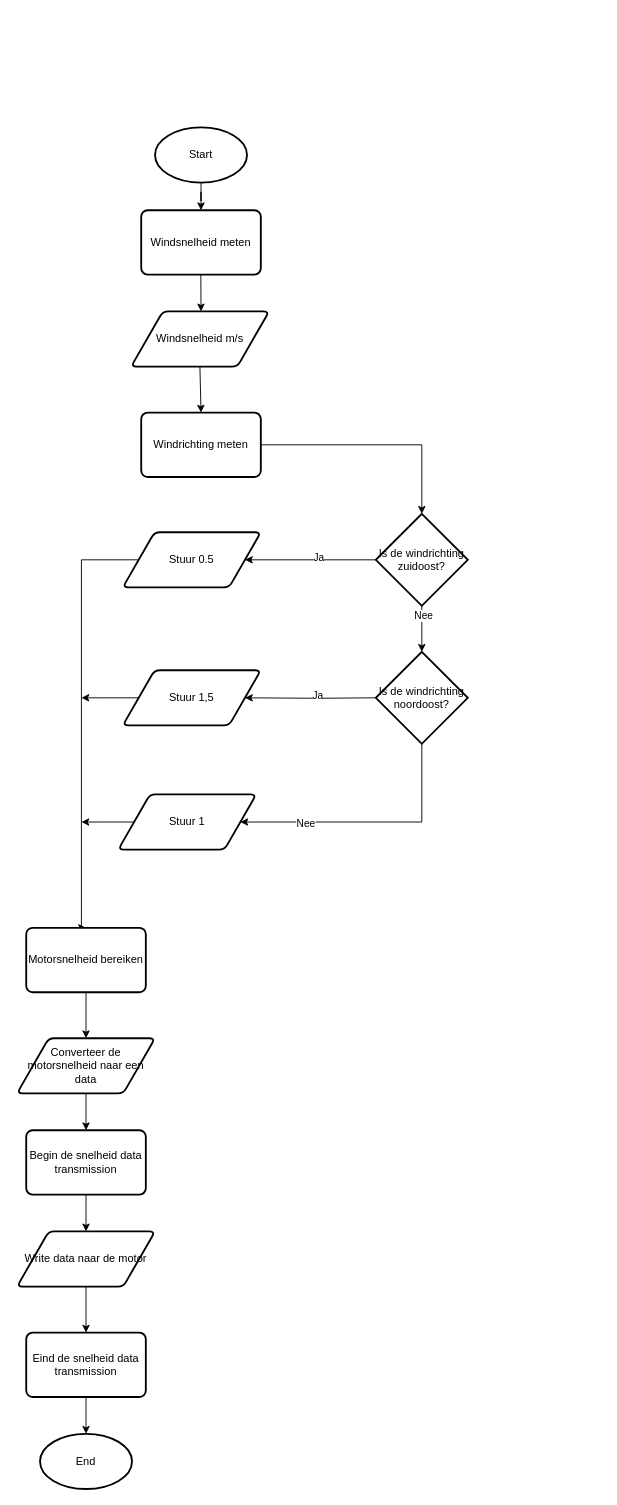
merelvdleeden/plastic_vanger keeps this draw.io diagram as documentatie/ontwerpen/WeerstationFlowchart.drawio. Above is the earlier version. Source tidied: cells renumbered, new cells numbered last; positions are measured from the earlier drawing's top-left corner, leaving out a move shared by most shapes. Both pictures are drawn from the tidied source at 92%, with x=0, y=0 at pixel (17, 127).
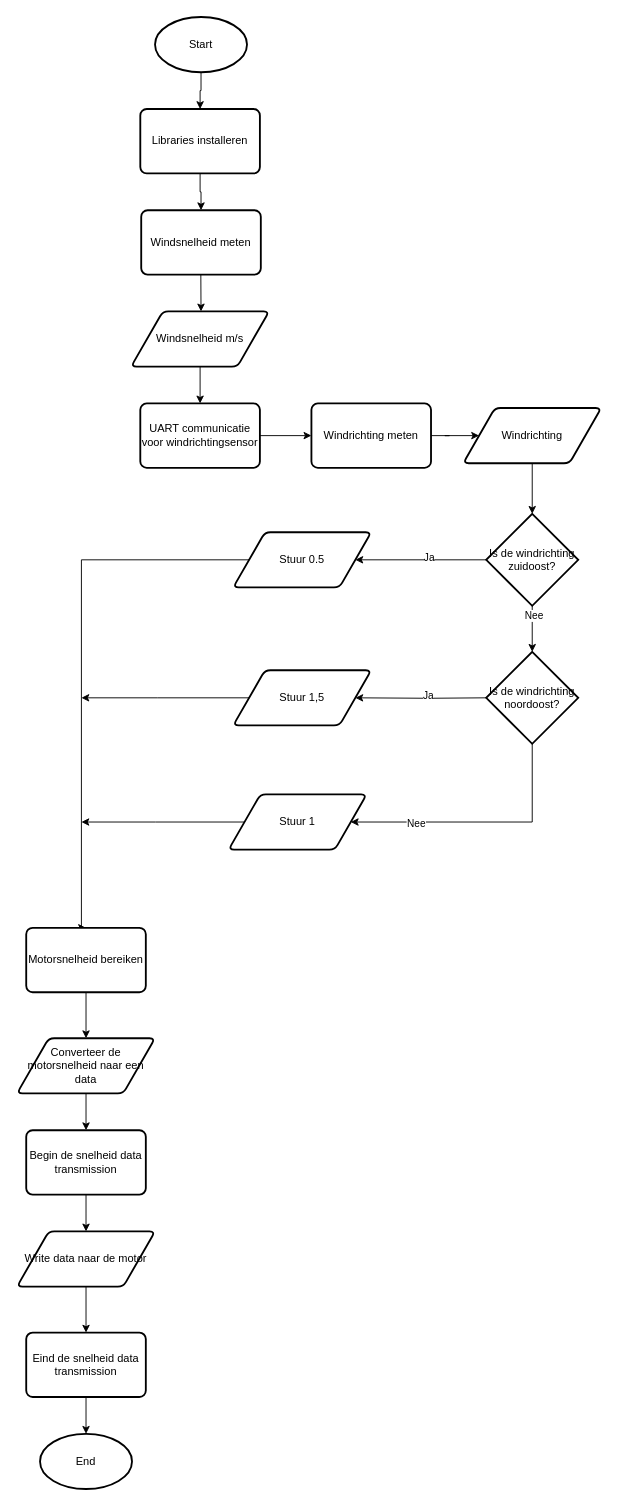
After the change.

Unchanged cells that the change refers to:
```xml
<mxCell id="5" value="Windsnelheid meten" style="rounded=1;whiteSpace=wrap;html=1;absoluteArcSize=1;arcSize=14;strokeWidth=2;" parent="1" vertex="1">
  <mxGeometry x="135" y="90" width="130" height="70" as="geometry" />
</mxCell>
<mxCell id="13" value="Windsnelheid m/s" style="shape=parallelogram;html=1;strokeWidth=2;perimeter=parallelogramPerimeter;whiteSpace=wrap;rounded=1;arcSize=12;size=0.23;" parent="1" vertex="1">
  <mxGeometry x="124" y="200" width="150" height="60" as="geometry" />
</mxCell>
```

What changed in the source:
```diff
@@
-    <mxCell id="2" style="edgeStyle=orthogonalEdgeStyle;rounded=0;jettySize=auto;html=1;entryX=0.5;entryY=0;entryDx=0;entryDy=0;" parent="1" edge="1" source="3" target="5">
-      <mxGeometry relative="1" as="geometry" />
-    </mxCell>
+    <mxCell id="37" style="edgeStyle=orthogonalEdgeStyle;rounded=0;jettySize=auto;html=1;entryX=0.5;entryY=0;entryDx=0;entryDy=0;" parent="1" edge="1" source="3" target="41">
+      <mxGeometry relative="1" as="geometry" />
+    </mxCell>
     <mxCell id="3" value="Start" style="strokeWidth=2;html=1;shape=mxgraph.flowchart.start_1;whiteSpace=wrap;" parent="1" vertex="1">
-      <mxGeometry x="150" width="100" height="60" as="geometry" />
+      <mxGeometry x="150" y="-120" width="100" height="60" as="geometry" />
     </mxCell>
@@
+    <mxCell id="38" style="edgeStyle=orthogonalEdgeStyle;rounded=0;jettySize=auto;html=1;" parent="1" edge="1" source="6" target="42">
+      <mxGeometry relative="1" as="geometry" />
+    </mxCell>
     <mxCell id="6" value="Windrichting meten" style="rounded=1;whiteSpace=wrap;html=1;absoluteArcSize=1;arcSize=14;strokeWidth=2;" parent="1" vertex="1">
-      <mxGeometry x="135" y="310" width="130" height="70" as="geometry" />
+      <mxGeometry x="320" y="300" width="130" height="70" as="geometry" />
     </mxCell>
@@
     <mxCell id="11" value="Is de windrichting zuidoost?" style="strokeWidth=2;html=1;shape=mxgraph.flowchart.decision;whiteSpace=wrap;" parent="1" vertex="1">
-      <mxGeometry x="390" y="420" width="100" height="100" as="geometry" />
+      <mxGeometry x="510" y="420" width="100" height="100" as="geometry" />
     </mxCell>
-    <mxCell id="12" style="edgeStyle=orthogonalEdgeStyle;rounded=0;jettySize=auto;html=1;entryX=0.5;entryY=0;entryDx=0;entryDy=0;entryPerimeter=0;" parent="1" edge="1" source="6" target="11">
-      <mxGeometry relative="1" as="geometry" />
-    </mxCell>
+    <mxCell id="39" style="edgeStyle=orthogonalEdgeStyle;rounded=0;jettySize=auto;html=1;entryX=0.5;entryY=0;entryDx=0;entryDy=0;" parent="1" edge="1" source="13" target="44">
+      <mxGeometry relative="1" as="geometry" />
+    </mxCell>
@@
     <mxCell id="14" style="edgeStyle=orthogonalEdgeStyle;rounded=0;jettySize=auto;html=1;entryX=1;entryY=0.5;entryDx=0;entryDy=0;" parent="1" edge="1" source="16" target="20">
       <mxGeometry relative="1" as="geometry">
         <Array as="points">
-          <mxPoint x="440" y="755" />
+          <mxPoint x="560" y="755" />
         </Array>
       </mxGeometry>
     </mxCell>
@@
     <mxCell id="16" value="Is de windrichting noordoost?" style="strokeWidth=2;html=1;shape=mxgraph.flowchart.decision;whiteSpace=wrap;" parent="1" vertex="1">
-      <mxGeometry x="390" y="570" width="100" height="100" as="geometry" />
+      <mxGeometry x="510" y="570" width="100" height="100" as="geometry" />
     </mxCell>
     <mxCell id="17" style="edgeStyle=orthogonalEdgeStyle;rounded=0;jettySize=auto;html=1;entryX=1;entryY=0.5;entryDx=0;entryDy=0;" parent="1" edge="1" target="22">
       <mxGeometry relative="1" as="geometry">
-        <mxPoint x="390" y="620" as="sourcePoint" />
+        <mxPoint x="510" y="620" as="sourcePoint" />
       </mxGeometry>
     </mxCell>
@@
     <mxCell id="20" value="Stuur 1" style="shape=parallelogram;html=1;strokeWidth=2;perimeter=parallelogramPerimeter;whiteSpace=wrap;rounded=1;arcSize=12;size=0.23;" parent="1" vertex="1">
-      <mxGeometry x="110" y="725" width="150" height="60" as="geometry" />
+      <mxGeometry x="230" y="725" width="150" height="60" as="geometry" />
     </mxCell>
@@
     <mxCell id="22" value="Stuur 1,5" style="shape=parallelogram;html=1;strokeWidth=2;perimeter=parallelogramPerimeter;whiteSpace=wrap;rounded=1;arcSize=12;size=0.23;" parent="1" vertex="1">
-      <mxGeometry x="115" y="590" width="150" height="60" as="geometry" />
+      <mxGeometry x="235" y="590" width="150" height="60" as="geometry" />
     </mxCell>
@@
     <mxCell id="24" value="Stuur 0.5" style="shape=parallelogram;html=1;strokeWidth=2;perimeter=parallelogramPerimeter;whiteSpace=wrap;rounded=1;arcSize=12;size=0.23;" parent="1" vertex="1">
-      <mxGeometry x="115" y="440" width="150" height="60" as="geometry" />
+      <mxGeometry x="235" y="440" width="150" height="60" as="geometry" />
     </mxCell>
@@
-    <mxCell id="36" style="endArrow=classic;html=1;rounded=0;entryX=0.5;entryY=0;entryDx=0;entryDy=0;exitX=0.562;exitY=1.006;exitDx=0;exitDy=0;exitPerimeter=0;" parent="1" edge="1" target="6">
-      <mxGeometry relative="1" as="geometry">
-        <mxPoint x="198.8" y="260" as="sourcePoint" />
-      </mxGeometry>
-    </mxCell>
+    <mxCell id="40" style="edgeStyle=orthogonalEdgeStyle;rounded=0;jettySize=auto;html=1;entryX=0.5;entryY=0;entryDx=0;entryDy=0;" parent="1" edge="1" source="41" target="5">
+      <mxGeometry relative="1" as="geometry" />
+    </mxCell>
+    <mxCell id="41" value="Libraries installeren" style="rounded=1;whiteSpace=wrap;html=1;absoluteArcSize=1;arcSize=14;strokeWidth=2;" parent="1" vertex="1">
+      <mxGeometry x="134" y="-20" width="130" height="70" as="geometry" />
+    </mxCell>
+    <mxCell id="42" value="Windrichting" style="shape=parallelogram;html=1;strokeWidth=2;perimeter=parallelogramPerimeter;whiteSpace=wrap;rounded=1;arcSize=12;size=0.23;" parent="1" vertex="1">
+      <mxGeometry x="485" y="305" width="150" height="60" as="geometry" />
+    </mxCell>
+    <mxCell id="43" style="edgeStyle=orthogonalEdgeStyle;rounded=0;jettySize=auto;html=1;entryX=0;entryY=0.5;entryDx=0;entryDy=0;" parent="1" edge="1" source="44" target="6">
+      <mxGeometry relative="1" as="geometry" />
+    </mxCell>
+    <mxCell id="44" value="UART communicatie voor windrichtingsensor" style="rounded=1;whiteSpace=wrap;html=1;absoluteArcSize=1;arcSize=14;strokeWidth=2;" parent="1" vertex="1">
+      <mxGeometry x="134" y="300" width="130" height="70" as="geometry" />
+    </mxCell>
+    <mxCell id="45" style="edgeStyle=orthogonalEdgeStyle;rounded=0;jettySize=auto;html=1;entryX=0.5;entryY=0;entryDx=0;entryDy=0;entryPerimeter=0;" parent="1" edge="1" source="42" target="11">
+      <mxGeometry relative="1" as="geometry" />
+    </mxCell>
```
